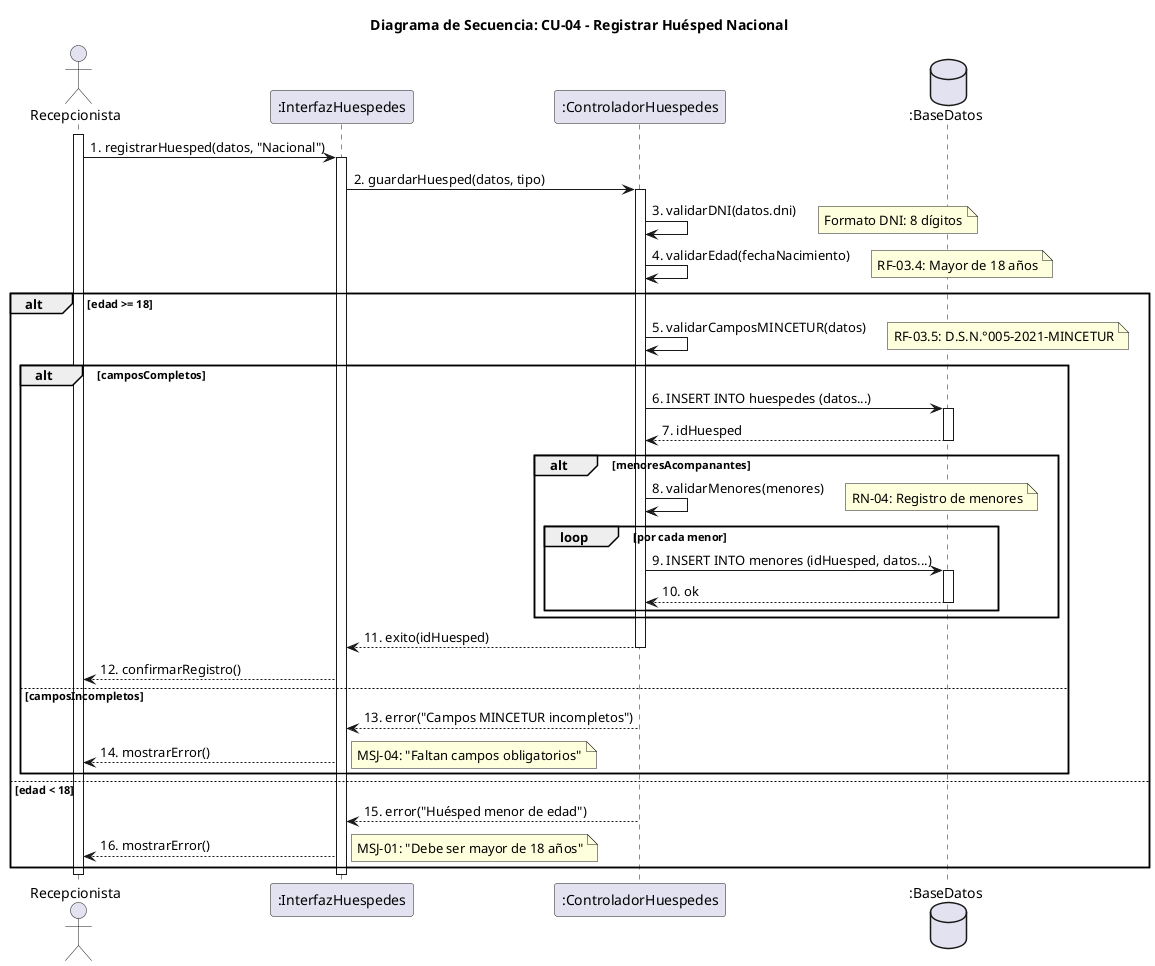
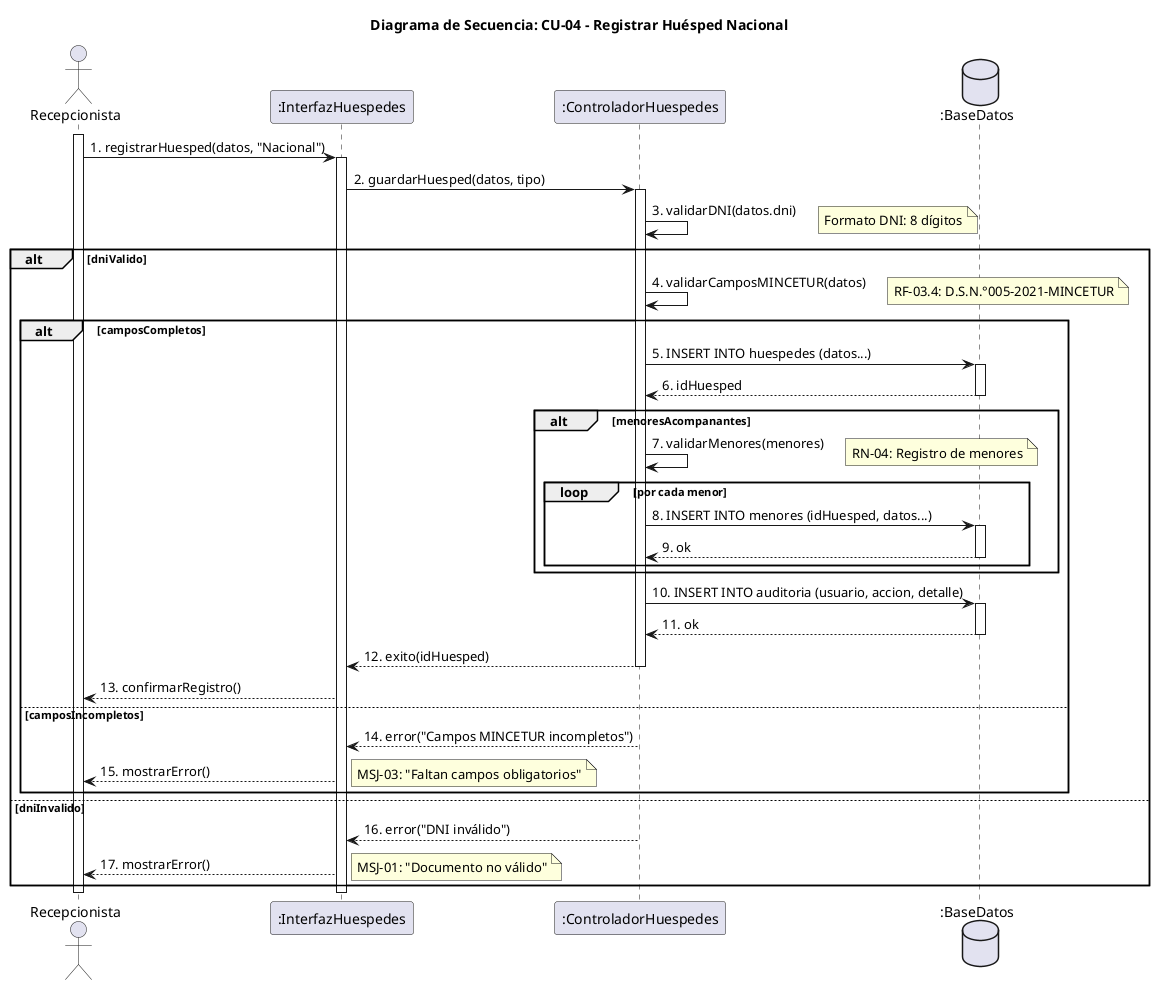
@startuml CU-04-Registrar-Huesped-Nacional
' ============================================================
' DIAGRAMA DE SECUENCIA: Registrar Huésped Nacional
' ============================================================
' CASO DE USO: CU-04 - Gestionar huéspedes
- ' REQUISITOS FUNCIONALES: RF-03, RF-03.3, RF-03.4, RF-03.5
- ' REGLAS DE NEGOCIO: RN-01, RN-02, RN-03, RN-04
+ ' REQUISITOS FUNCIONALES: RF-03 (Registrar Huésped Nacional)
+ ' REGLAS DE NEGOCIO: RN-01, RN-02, RN-03, RN-17
' ============================================================

title Diagrama de Secuencia: CU-04 - Registrar Huésped Nacional

actor "Recepcionista" as R
participant ":InterfazHuespedes" as IH
participant ":ControladorHuespedes" as CH
database ":BaseDatos" as BD

activate R

R -> IH: 1. registrarHuesped(datos, "Nacional")
activate IH

IH -> CH: 2. guardarHuesped(datos, tipo)
activate CH

CH -> CH: 3. validarDNI(datos.dni)
note right: Formato DNI: 8 dígitos

- CH -> CH: 4. validarEdad(fechaNacimiento)
- note right: RF-03.4: Mayor de 18 años
- 
- alt edad >= 18
-     CH -> CH: 5. validarCamposMINCETUR(datos)
-     note right: RF-03.5: D.S.N.°005-2021-MINCETUR
+ alt dniValido
+     CH -> CH: 4. validarCamposMINCETUR(datos)
+     note right: RF-03.4: D.S.N.°005-2021-MINCETUR

    alt camposCompletos
-         CH -> BD: 6. INSERT INTO huespedes (datos...)
+         CH -> BD: 5. INSERT INTO huespedes (datos...)
        activate BD
-         BD --> CH: 7. idHuesped
+         BD --> CH: 6. idHuesped
        deactivate BD

        alt menoresAcompanantes
-             CH -> CH: 8. validarMenores(menores)
+             CH -> CH: 7. validarMenores(menores)
            note right: RN-04: Registro de menores
            loop por cada menor
-                 CH -> BD: 9. INSERT INTO menores (idHuesped, datos...)
+                 CH -> BD: 8. INSERT INTO menores (idHuesped, datos...)
                activate BD
-                 BD --> CH: 10. ok
+                 BD --> CH: 9. ok
                deactivate BD
            end
        end

-         CH --> IH: 11. exito(idHuesped)
+         CH -> BD: 10. INSERT INTO auditoria (usuario, accion, detalle)
+         activate BD
+         BD --> CH: 11. ok
+         deactivate BD
+ 
+         CH --> IH: 12. exito(idHuesped)
        deactivate CH
-         IH --> R: 12. confirmarRegistro()
+         IH --> R: 13. confirmarRegistro()
    else camposIncompletos
-         CH --> IH: 13. error("Campos MINCETUR incompletos")
+         CH --> IH: 14. error("Campos MINCETUR incompletos")
        deactivate CH
-         IH --> R: 14. mostrarError()
-         note right: MSJ-04: "Faltan campos obligatorios"
+         IH --> R: 15. mostrarError()
+         note right: MSJ-03: "Faltan campos obligatorios"
    end
- else edad < 18
-     CH --> IH: 15. error("Huésped menor de edad")
+ else dniInvalido
+     CH --> IH: 16. error("DNI inválido")
    deactivate CH
-     IH --> R: 16. mostrarError()
-     note right: MSJ-01: "Debe ser mayor de 18 años"
+     IH --> R: 17. mostrarError()
+     note right: MSJ-01: "Documento no válido"
end

deactivate IH
deactivate R
@enduml